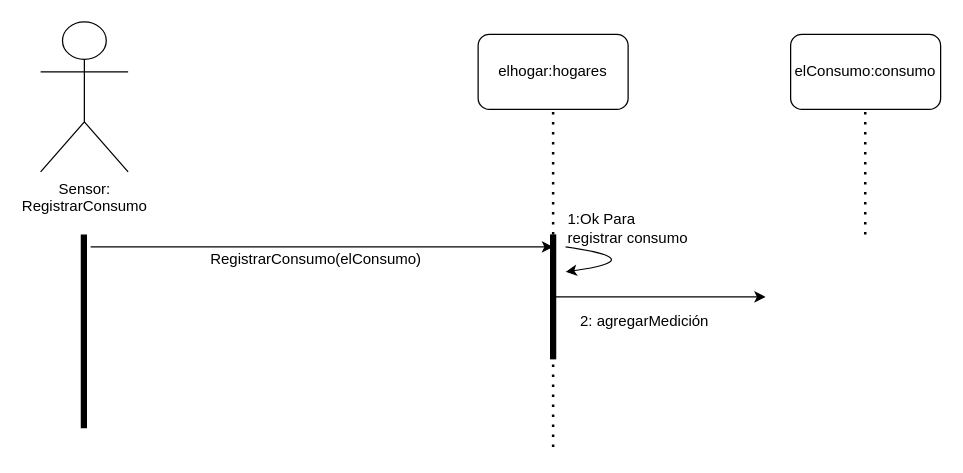
Before: example.drawio in Segaretsu/diagramas, a draw.io diagram. Source tidied: cells renumbered, new cells numbered last; positions are measured from the earlier drawing's top-left corner, leaving out a move shared by most shapes. Both pictures are drawn from the tidied source at 125%, with x=0, y=0 at pixel (40, 21).
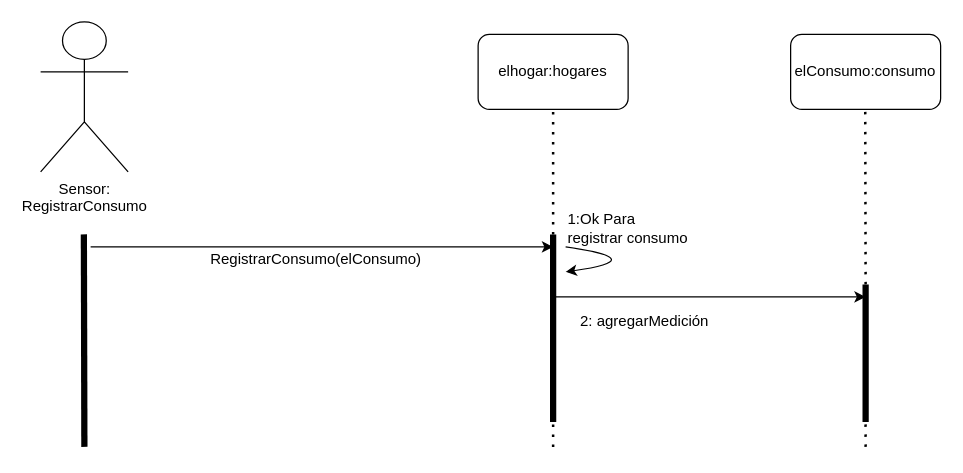
The same diagram, later.

Commit message:
Se finaliza diagrama de diseño del sistema - 06/09/2021, 08:44 p.m.

The edit, as a diff of the source:
```diff
@@
     <mxCell id="6" style="endArrow=none;html=1;strokeWidth=5;" parent="1" edge="1">
       <mxGeometry relative="1" as="geometry">
-        <mxPoint x="34.6" y="325" as="sourcePoint" />
+        <mxPoint x="35" y="340" as="sourcePoint" />
         <mxPoint x="34.6" y="170" as="targetPoint" />
       </mxGeometry>
     </mxCell>
@@
     <mxCell id="8" style="endArrow=none;html=1;strokeWidth=5;" parent="1" edge="1">
       <mxGeometry relative="1" as="geometry">
-        <mxPoint x="410" y="270" as="sourcePoint" />
+        <mxPoint x="410" y="320" as="sourcePoint" />
         <mxPoint x="410" y="170" as="targetPoint" />
       </mxGeometry>
     </mxCell>
@@
     <mxCell id="14" style="endArrow=classic;html=1;strokeWidth=1;" parent="1" edge="1">
       <mxGeometry relative="1" as="geometry">
         <mxPoint x="410" y="220" as="sourcePoint" />
-        <mxPoint x="580" y="220" as="targetPoint" />
+        <mxPoint x="660" y="220" as="targetPoint" />
       </mxGeometry>
     </mxCell>
     <mxCell id="15" style="endArrow=none;dashed=1;html=1;dashPattern=1 3;strokeWidth=2;" parent="1" edge="1">
       <mxGeometry relative="1" as="geometry">
-        <mxPoint x="659.7" y="170" as="sourcePoint" />
+        <mxPoint x="660" y="210" as="sourcePoint" />
         <mxPoint x="659.7" y="70" as="targetPoint" />
       </mxGeometry>
     </mxCell>
+    <mxCell id="16" style="endArrow=none;html=1;strokeWidth=5;" parent="1" edge="1">
+      <mxGeometry relative="1" as="geometry">
+        <mxPoint x="660" y="320" as="sourcePoint" />
+        <mxPoint x="660" y="210" as="targetPoint" />
+      </mxGeometry>
+    </mxCell>
+    <mxCell id="17" style="endArrow=none;dashed=1;html=1;dashPattern=1 3;strokeWidth=2;" parent="1" edge="1">
+      <mxGeometry relative="1" as="geometry">
+        <mxPoint x="660" y="340" as="sourcePoint" />
+        <mxPoint x="659.7" y="240" as="targetPoint" />
+      </mxGeometry>
+    </mxCell>
```
